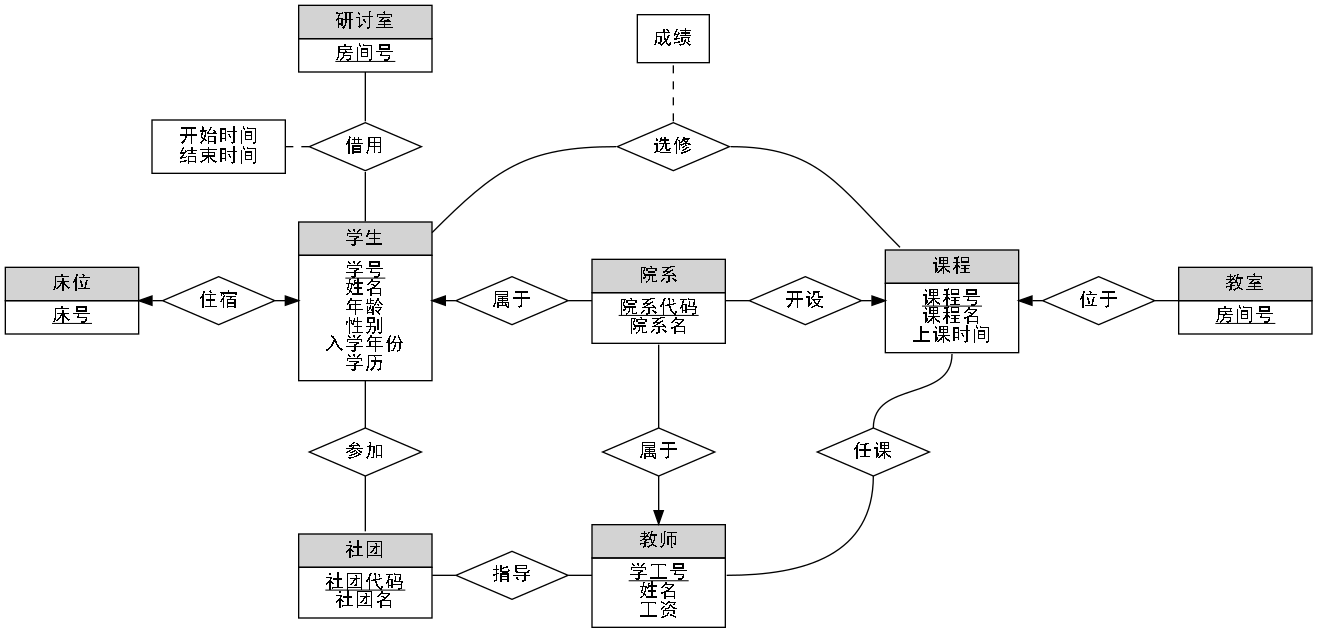
Above: lab1/ER.png in wang-hao-feng/database-lab (Graphviz), before the change. Its source is kept beside it as lab1/ER.dot.
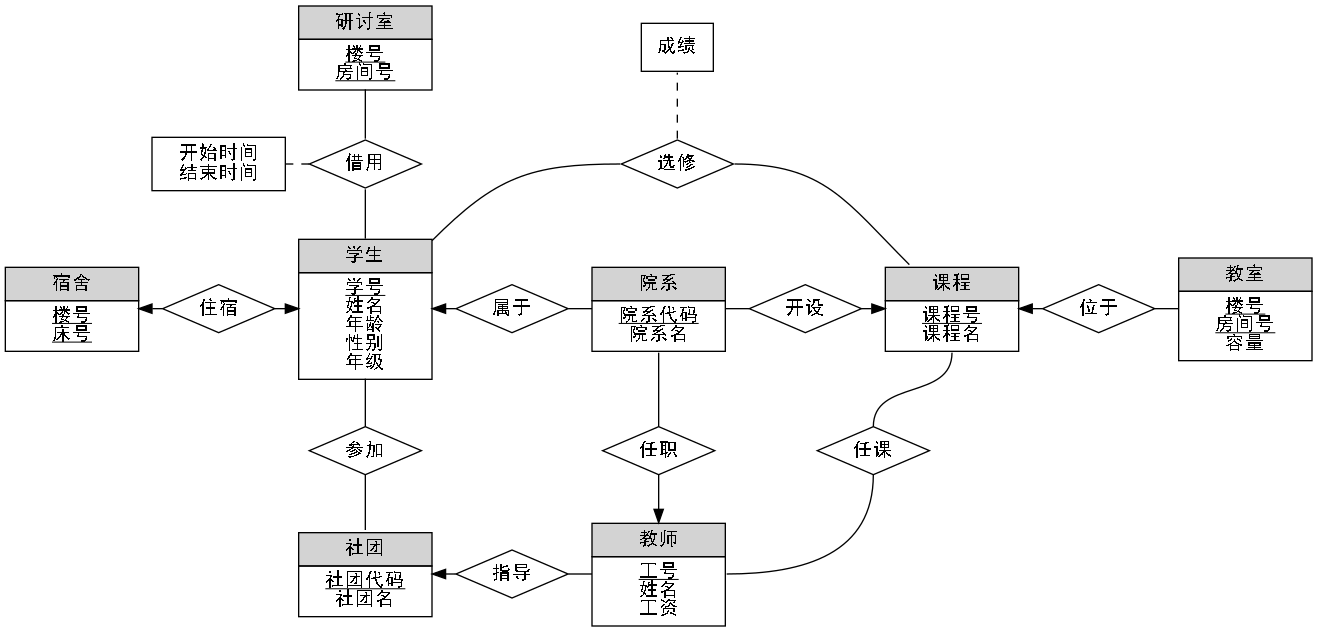
Above is the later version.

Diff of the diagram source:
```diff
@@ -11,7 +11,7 @@
 
     /*连线*/
     bed -> room[tailport=e, headport=w, dir=back];
-    room -> student[tailport=e, headport=w, dir=forward];
+    room -> student[headport=w, dir=forward];
 
     seminar_room -> borrow[tailport=s, headport=n];
     borrow -> student[tailport=s, headport=n];
@@ -19,23 +19,23 @@
     student -> join[tailport=s, headport=n];
     join ->club[tailport=s, headport=n];
 
-    student -> belongs_to[tailport=e, headport=w, dir=back];
+    student -> belongs_to[headport=w, dir=back];
     belongs_to -> department[tailport=e, headport=w];
 
     student -> takes[tailport=ne, headport=w];
     takes -> course[tailport=e, headport=nw];
 
-    club -> mentor[headport=w];
+    club -> mentor[headport=w, dir=back];
     mentor -> teacher[tailport=e, headport=w];
 
     course -> teaches[tailport=s, headport=n];
     teaches -> teacher[tailport=s, headport=e];
 
-    course -> locates[tailport=e, headport=w, dir=back];
+    course -> locates[headport=w, dir=back];
     locates -> classroom[tailport=e, headport=w];
 
     department -> offer[tailport=e, headport=w];
-    offer -> course[tailport=e, headport=w, dir=forward];
+    offer -> course[dir=forward];
 
     department -> teacher_belongs_to[tailport=s, headport=n];
     teacher_belongs_to -> teacher[tailport=s, headport=n, dir=forward];
@@ -44,19 +44,19 @@
     course[shape = none, margin = 0, label = <
     <table border="0" cellborder="1" cellspacing="0" cellpadding="4" width="100px">
         <tr><td width="100" bgcolor="lightgrey">课程</td></tr>
-        <tr><td width="100"><u>课程号</u><br/>课程名<br/>上课时间</td></tr>
+        <tr><td width="100"><u>课程号</u><br/>课程名</td></tr>
     </table>>];
 
     student[shape = none, margin = 0, label = <
     <table border="0" cellborder="1" cellspacing="0" cellpadding="4" width="100px">
         <tr><td width="100" bgcolor="lightgrey">学生</td></tr>
-        <tr><td width="100"><u>学号</u><br/>姓名<br/>年龄<br/>性别<br/>入学年份<br/>学历</td></tr>
+        <tr><td width="100"><u>学号</u><br/>姓名<br/>年龄<br/>性别<br/>年级</td></tr>
     </table>>];
 
     teacher[shape = none, margin = 0, label = <
     <table border="0" cellborder="1" cellspacing="0" cellpadding="4" width="100px">
         <tr><td width="100" bgcolor="lightgrey">教师</td></tr>
-        <tr><td width="100"><u>学工号</u><br/>姓名<br/>工资</td></tr>
+        <tr><td width="100"><u>工号</u><br/>姓名<br/>工资</td></tr>
     </table>>];
 
     department[shape = none, margin = 0, label = <
@@ -68,13 +68,13 @@
     classroom[shape = none, margin = 0, label = <
     <table border="0" cellborder="1" cellspacing="0" cellpadding="4" width="100px">
         <tr><td width="100" bgcolor="lightgrey">教室</td></tr>
-        <tr><td width="100"><u>房间号</u></td></tr>
+        <tr><td width="100"><u>楼号<br/>房间号</u><br/>容量</td></tr>
     </table>>];
 
     seminar_room[shape = none, margin = 0, label = <
     <table border="0" cellborder="1" cellspacing="0" cellpadding="4" width="100px">
         <tr><td width="100" bgcolor="lightgrey">研讨室</td></tr>
-        <tr><td width="100"><u>房间号</u></td></tr>
+        <tr><td width="100"><u>楼号<br/>房间号</u></td></tr>
     </table>>];
 
     club[shape = none, margin = 0, label = <
@@ -85,8 +85,8 @@
 
     bed[shape = none, margin = 0, label = <
     <table border="0" cellborder="1" cellspacing="0" cellpadding="4" width="100px">
-        <tr><td width="100" bgcolor="lightgrey">床位</td></tr>
-        <tr><td width="100"><u>床号</u></td></tr>
+        <tr><td width="100" bgcolor="lightgrey">宿舍</td></tr>
+        <tr><td width="100"><u>楼号<br/>床号</u></td></tr>
     </table>>];
 
     /*关系*/
@@ -108,7 +108,7 @@
 
     mentor[shape = diamond, label="指导"];
 
-    teacher_belongs_to[shape = diamond, label="属于"];
+    teacher_belongs_to[shape = diamond, label="任职"];
 
     /*描述性属性*/
     grade[shape = box, label="成绩"];
```
